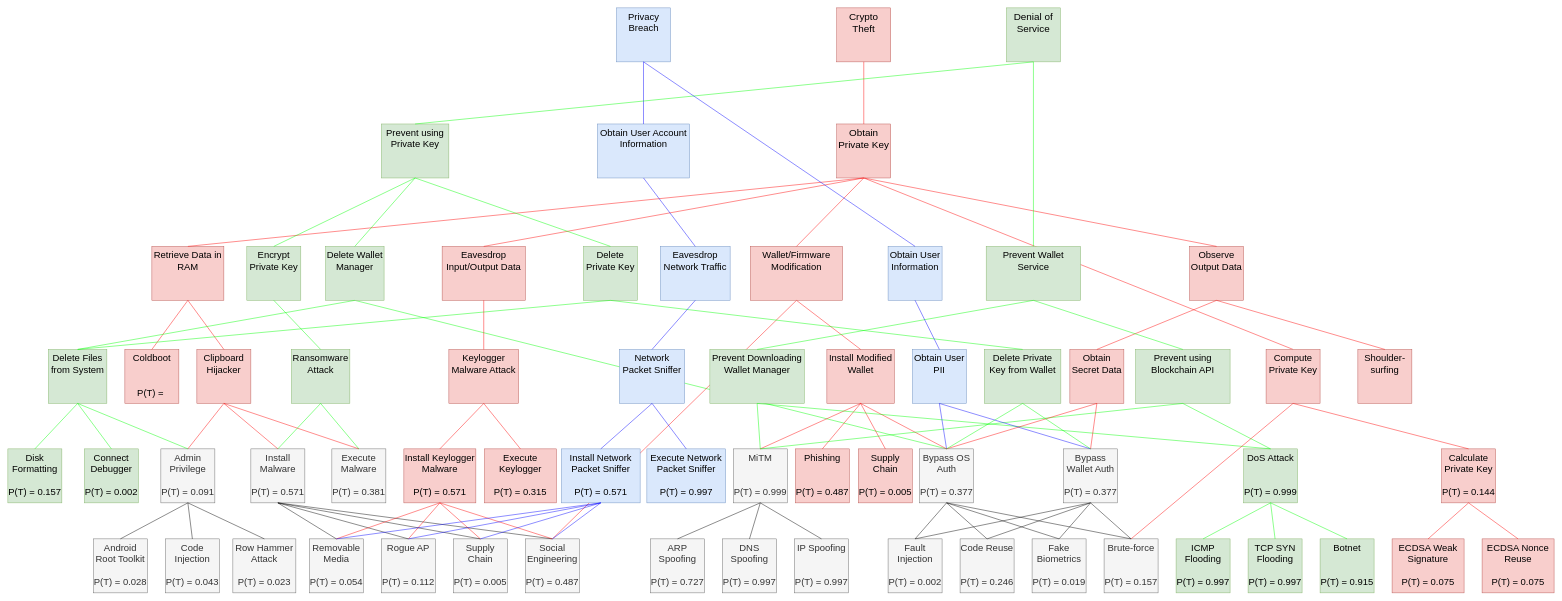
xujiahuayz/crypto-wallets keeps this draw.io diagram as page "fault-tree-analysis" (17 of 17) of assets/crypto-wallets.drawio. Above is the earlier version. Source tidied: cells renumbered, new cells numbered last; positions are measured from the earlier drawing's top-left corner, leaving out a move shared by most shapes. Both pictures are drawn from the tidied source at 45%, with x=0, y=0 at pixel (8, 8).
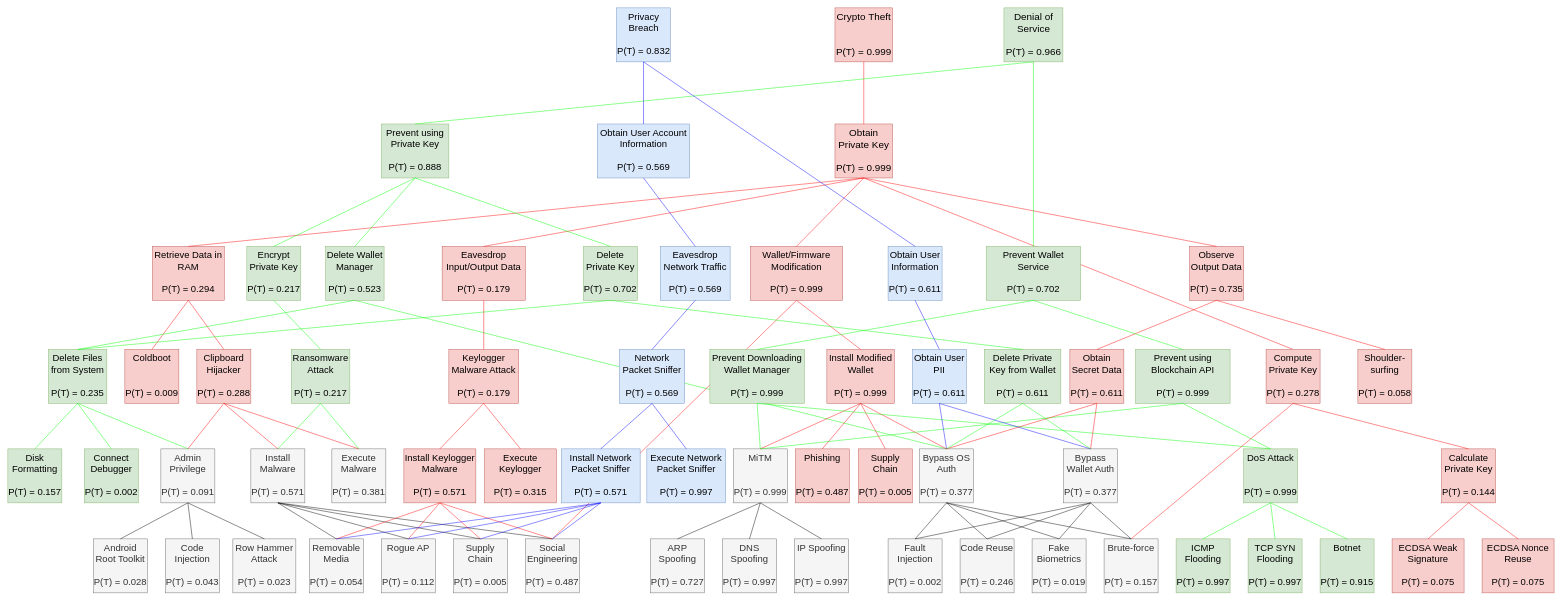
The same diagram, later.

Diff of the diagram source:
```diff
@@
-    <mxCell id="64" value="&lt;font style=&quot;font-size: 21px;&quot;&gt;Clipboard Hijacker&lt;/font&gt;" style="rounded=0;whiteSpace=wrap;html=1;fillColor=#f8cecc;strokeColor=#b85450;verticalAlign=top;" parent="1" vertex="1">
+    <mxCell id="64" value="&lt;font style=&quot;font-size: 21px;&quot;&gt;Clipboard Hijacker&lt;br&gt;&lt;br&gt;P(T) = 0.288&lt;br&gt;&lt;/font&gt;" style="rounded=0;whiteSpace=wrap;html=1;fillColor=#f8cecc;strokeColor=#b85450;verticalAlign=top;" parent="1" vertex="1">
       <mxGeometry x="420" y="759" width="120" height="120" as="geometry" />
     </mxCell>
-    <mxCell id="65" value="&lt;font style=&quot;font-size: 21px;&quot;&gt;Ransomware Attack&lt;/font&gt;" style="rounded=0;whiteSpace=wrap;html=1;fillColor=#d5e8d4;strokeColor=#82b366;verticalAlign=top;" parent="1" vertex="1">
+    <mxCell id="65" value="&lt;font style=&quot;font-size: 21px;&quot;&gt;Ransomware Attack&lt;br&gt;&lt;br&gt;P(T) = 0.217&lt;br&gt;&lt;/font&gt;" style="rounded=0;whiteSpace=wrap;html=1;fillColor=#d5e8d4;strokeColor=#82b366;verticalAlign=top;" parent="1" vertex="1">
       <mxGeometry x="630" y="759" width="130" height="120" as="geometry" />
     </mxCell>
@@
-    <mxCell id="67" value="&lt;font style=&quot;font-size: 21px;&quot;&gt;Keylogger Malware Attack&lt;/font&gt;" style="rounded=0;whiteSpace=wrap;html=1;fillColor=#f8cecc;strokeColor=#b85450;verticalAlign=top;" parent="1" vertex="1">
+    <mxCell id="67" value="&lt;font style=&quot;font-size: 21px;&quot;&gt;Keylogger Malware Attack&lt;br&gt;&lt;br&gt;P(T) = 0.179&lt;br&gt;&lt;/font&gt;" style="rounded=0;whiteSpace=wrap;html=1;fillColor=#f8cecc;strokeColor=#b85450;verticalAlign=top;" parent="1" vertex="1">
       <mxGeometry x="980" y="759" width="155" height="120" as="geometry" />
     </mxCell>
@@
-    <mxCell id="76" value="&lt;font style=&quot;font-size: 21px;&quot;&gt;Network Packet Sniffer&lt;/font&gt;" style="rounded=0;whiteSpace=wrap;html=1;fillColor=#dae8fc;strokeColor=#6c8ebf;verticalAlign=top;" parent="1" vertex="1">
+    <mxCell id="76" value="&lt;font style=&quot;font-size: 21px;&quot;&gt;Network Packet Sniffer&lt;br&gt;&lt;br&gt;P(T) = 0.569&lt;br&gt;&lt;/font&gt;" style="rounded=0;whiteSpace=wrap;html=1;fillColor=#dae8fc;strokeColor=#6c8ebf;verticalAlign=top;" parent="1" vertex="1">
       <mxGeometry x="1359" y="759" width="145" height="120" as="geometry" />
     </mxCell>
@@
-    <mxCell id="82" value="&lt;font style=&quot;font-size: 21px;&quot;&gt;Install Modified Wallet&lt;/font&gt;" style="rounded=0;whiteSpace=wrap;html=1;fillColor=#f8cecc;strokeColor=#b85450;verticalAlign=top;" parent="1" vertex="1">
+    <mxCell id="82" value="&lt;font style=&quot;font-size: 21px;&quot;&gt;Install Modified Wallet&lt;br&gt;&lt;br&gt;P(T) = 0.999&lt;br&gt;&lt;/font&gt;" style="rounded=0;whiteSpace=wrap;html=1;fillColor=#f8cecc;strokeColor=#b85450;verticalAlign=top;" parent="1" vertex="1">
       <mxGeometry x="1820" y="759" width="150" height="120" as="geometry" />
     </mxCell>
@@
-    <mxCell id="87" value="&lt;font style=&quot;font-size: 21px;&quot;&gt;Prevent Downloading Wallet Manager&lt;/font&gt;" style="rounded=0;whiteSpace=wrap;html=1;fillColor=#d5e8d4;strokeColor=#82b366;verticalAlign=top;" parent="1" vertex="1">
+    <mxCell id="87" value="&lt;font style=&quot;font-size: 21px;&quot;&gt;Prevent Downloading Wallet Manager&lt;br&gt;&lt;br&gt;P(T) = 0.999&lt;br&gt;&lt;/font&gt;" style="rounded=0;whiteSpace=wrap;html=1;fillColor=#d5e8d4;strokeColor=#82b366;verticalAlign=top;" parent="1" vertex="1">
       <mxGeometry x="1560" y="759" width="210" height="120" as="geometry" />
     </mxCell>
-    <mxCell id="88" value="&lt;font style=&quot;font-size: 21px;&quot;&gt;Prevent using Blockchain API&lt;/font&gt;" style="rounded=0;whiteSpace=wrap;html=1;fillColor=#d5e8d4;strokeColor=#82b366;verticalAlign=top;" parent="1" vertex="1">
+    <mxCell id="88" value="&lt;font style=&quot;font-size: 21px;&quot;&gt;Prevent using Blockchain API&lt;br&gt;&lt;br&gt;P(T) = 0.999&lt;br&gt;&lt;/font&gt;" style="rounded=0;whiteSpace=wrap;html=1;fillColor=#d5e8d4;strokeColor=#82b366;verticalAlign=top;" parent="1" vertex="1">
       <mxGeometry x="2506" y="759" width="210" height="120" as="geometry" />
     </mxCell>
-    <mxCell id="89" value="&lt;font style=&quot;font-size: 21px;&quot;&gt;Obtain Secret Data&lt;/font&gt;" style="rounded=0;whiteSpace=wrap;html=1;fillColor=#f8cecc;strokeColor=#b85450;verticalAlign=top;" parent="1" vertex="1">
+    <mxCell id="89" value="&lt;font style=&quot;font-size: 21px;&quot;&gt;Obtain Secret Data&lt;br&gt;&lt;br&gt;P(T) = 0.611&lt;br&gt;&lt;/font&gt;" style="rounded=0;whiteSpace=wrap;html=1;fillColor=#f8cecc;strokeColor=#b85450;verticalAlign=top;" parent="1" vertex="1">
       <mxGeometry x="2360" y="759" width="120" height="120" as="geometry" />
     </mxCell>
@@
-    <mxCell id="94" value="&lt;font style=&quot;font-size: 21px;&quot;&gt;Obtain User PII&lt;/font&gt;" style="rounded=0;whiteSpace=wrap;html=1;fillColor=#dae8fc;strokeColor=#6c8ebf;verticalAlign=top;" parent="1" vertex="1">
+    <mxCell id="94" value="&lt;font style=&quot;font-size: 21px;&quot;&gt;Obtain User PII&lt;br&gt;&lt;br&gt;P(T) = 0.611&lt;br&gt;&lt;/font&gt;" style="rounded=0;whiteSpace=wrap;html=1;fillColor=#dae8fc;strokeColor=#6c8ebf;verticalAlign=top;" parent="1" vertex="1">
       <mxGeometry x="2010" y="759" width="120" height="120" as="geometry" />
     </mxCell>
@@
-    <mxCell id="99" value="&lt;font style=&quot;font-size: 21px;&quot;&gt;Delete Private Key from Wallet&lt;/font&gt;" style="rounded=0;whiteSpace=wrap;html=1;fillColor=#d5e8d4;strokeColor=#82b366;verticalAlign=top;" parent="1" vertex="1">
+    <mxCell id="99" value="&lt;font style=&quot;font-size: 21px;&quot;&gt;Delete Private Key from Wallet&lt;br&gt;&lt;br&gt;P(T) = 0.611&lt;br&gt;&lt;/font&gt;" style="rounded=0;whiteSpace=wrap;html=1;fillColor=#d5e8d4;strokeColor=#82b366;verticalAlign=top;" parent="1" vertex="1">
       <mxGeometry x="2170" y="759" width="170" height="120" as="geometry" />
     </mxCell>
@@
-    <mxCell id="102" value="&lt;font style=&quot;font-size: 21px;&quot;&gt;Compute Private Key&lt;/font&gt;" style="rounded=0;whiteSpace=wrap;html=1;fillColor=#f8cecc;strokeColor=#b85450;verticalAlign=top;" parent="1" vertex="1">
+    <mxCell id="102" value="&lt;font style=&quot;font-size: 21px;&quot;&gt;Compute Private Key&lt;br&gt;&lt;br&gt;P(T) = 0.278&lt;br&gt;&lt;/font&gt;" style="rounded=0;whiteSpace=wrap;html=1;fillColor=#f8cecc;strokeColor=#b85450;verticalAlign=top;" parent="1" vertex="1">
       <mxGeometry x="2796" y="759" width="120" height="120" as="geometry" />
     </mxCell>
@@
-    <mxCell id="105" value="&lt;font style=&quot;font-size: 21px;&quot;&gt;Delete Files from System&lt;/font&gt;" style="rounded=0;whiteSpace=wrap;html=1;fillColor=#d5e8d4;strokeColor=#82b366;verticalAlign=top;" parent="1" vertex="1">
+    <mxCell id="105" value="&lt;font style=&quot;font-size: 21px;&quot;&gt;Delete Files from System&lt;br&gt;&lt;br&gt;P(T) = 0.235&lt;br&gt;&lt;/font&gt;" style="rounded=0;whiteSpace=wrap;html=1;fillColor=#d5e8d4;strokeColor=#82b366;verticalAlign=top;" parent="1" vertex="1">
       <mxGeometry x="90" y="759" width="130" height="120" as="geometry" />
     </mxCell>
@@
-    <mxCell id="107" value="&lt;font style=&quot;font-size: 21px;&quot;&gt;Coldboot&lt;br&gt;&lt;br&gt;&lt;br&gt;P(T) =&amp;nbsp;&lt;br&gt;&lt;/font&gt;" style="rounded=0;whiteSpace=wrap;html=1;fillColor=#f8cecc;strokeColor=#b85450;verticalAlign=top;" parent="1" vertex="1">
+    <mxCell id="107" value="&lt;font style=&quot;font-size: 21px;&quot;&gt;Coldboot&lt;br&gt;&lt;br&gt;&lt;br&gt;P(T) = 0.009&lt;br&gt;&lt;/font&gt;" style="rounded=0;whiteSpace=wrap;html=1;fillColor=#f8cecc;strokeColor=#b85450;verticalAlign=top;" parent="1" vertex="1">
       <mxGeometry x="260" y="759" width="120" height="120" as="geometry" />
     </mxCell>
@@
-    <mxCell id="112" value="&lt;font style=&quot;font-size: 21px;&quot;&gt;Shoulder-surfing&lt;/font&gt;" style="rounded=0;whiteSpace=wrap;html=1;fillColor=#f8cecc;strokeColor=#b85450;verticalAlign=top;" parent="1" vertex="1">
+    <mxCell id="112" value="&lt;font style=&quot;font-size: 21px;&quot;&gt;Shoulder-surfing&lt;br&gt;&lt;br&gt;P(T) = 0.058&lt;br&gt;&lt;/font&gt;" style="rounded=0;whiteSpace=wrap;html=1;fillColor=#f8cecc;strokeColor=#b85450;verticalAlign=top;" parent="1" vertex="1">
       <mxGeometry x="3000" y="759" width="120" height="120" as="geometry" />
     </mxCell>
-    <mxCell id="113" value="&lt;font style=&quot;font-size: 21px;&quot;&gt;Retrieve Data in RAM&lt;/font&gt;" style="rounded=0;whiteSpace=wrap;html=1;fillColor=#f8cecc;strokeColor=#b85450;verticalAlign=top;" parent="1" vertex="1">
-      <mxGeometry x="320" y="530" width="160" height="120" as="geometry" />
+    <mxCell id="113" value="&lt;font style=&quot;font-size: 21px;&quot;&gt;Retrieve Data in RAM&lt;br&gt;&lt;br&gt;P(T) = 0.294&lt;br&gt;&lt;/font&gt;" style="rounded=0;whiteSpace=wrap;html=1;fillColor=#f8cecc;strokeColor=#b85450;verticalAlign=top;" parent="1" vertex="1">
+      <mxGeometry x="321" y="530" width="160" height="120" as="geometry" />
     </mxCell>
@@
-    <mxCell id="116" value="&lt;font style=&quot;font-size: 21px;&quot;&gt;Wallet/Firmware Modification&lt;/font&gt;" style="rounded=0;whiteSpace=wrap;html=1;fillColor=#f8cecc;strokeColor=#b85450;verticalAlign=top;" parent="1" vertex="1">
+    <mxCell id="116" value="&lt;font style=&quot;font-size: 21px;&quot;&gt;Wallet/Firmware Modification&lt;br&gt;&lt;br&gt;P(T) = 0.999&lt;br&gt;&lt;/font&gt;" style="rounded=0;whiteSpace=wrap;html=1;fillColor=#f8cecc;strokeColor=#b85450;verticalAlign=top;" parent="1" vertex="1">
       <mxGeometry x="1650" y="530" width="205" height="120" as="geometry" />
     </mxCell>
@@
-    <mxCell id="118" value="&lt;font style=&quot;font-size: 21px;&quot;&gt;Observe Output Data&lt;/font&gt;" style="rounded=0;whiteSpace=wrap;html=1;fillColor=#f8cecc;strokeColor=#b85450;verticalAlign=top;" parent="1" vertex="1">
+    <mxCell id="118" value="&lt;font style=&quot;font-size: 21px;&quot;&gt;Observe Output Data&lt;br&gt;&lt;br&gt;P(T) = 0.735&lt;br&gt;&lt;/font&gt;" style="rounded=0;whiteSpace=wrap;html=1;fillColor=#f8cecc;strokeColor=#b85450;verticalAlign=top;" parent="1" vertex="1">
       <mxGeometry x="2626" y="530" width="120" height="120" as="geometry" />
     </mxCell>
@@
-    <mxCell id="121" value="&lt;font style=&quot;font-size: 21px;&quot;&gt;Encrypt Private Key&lt;/font&gt;" style="rounded=0;whiteSpace=wrap;html=1;fillColor=#d5e8d4;strokeColor=#82b366;verticalAlign=top;" parent="1" vertex="1">
+    <mxCell id="121" value="&lt;font style=&quot;font-size: 21px;&quot;&gt;Encrypt Private Key&lt;br&gt;&lt;br&gt;P(T) = 0.217&lt;br&gt;&lt;/font&gt;" style="rounded=0;whiteSpace=wrap;html=1;fillColor=#d5e8d4;strokeColor=#82b366;verticalAlign=top;" parent="1" vertex="1">
       <mxGeometry x="531" y="530" width="120" height="120" as="geometry" />
     </mxCell>
@@
-    <mxCell id="123" value="&lt;font style=&quot;font-size: 21px;&quot;&gt;Delete Wallet Manager&lt;/font&gt;" style="rounded=0;whiteSpace=wrap;html=1;fillColor=#d5e8d4;strokeColor=#82b366;verticalAlign=top;" parent="1" vertex="1">
+    <mxCell id="123" value="&lt;font style=&quot;font-size: 21px;&quot;&gt;Delete Wallet Manager&lt;br&gt;&lt;br&gt;P(T) = 0.523&lt;br&gt;&lt;/font&gt;" style="rounded=0;whiteSpace=wrap;html=1;fillColor=#d5e8d4;strokeColor=#82b366;verticalAlign=top;" parent="1" vertex="1">
       <mxGeometry x="706" y="530" width="130" height="120" as="geometry" />
     </mxCell>
@@
-    <mxCell id="125" value="&lt;font style=&quot;font-size: 21px;&quot;&gt;Delete Private Key&lt;/font&gt;" style="rounded=0;whiteSpace=wrap;html=1;fillColor=#d5e8d4;strokeColor=#82b366;verticalAlign=top;" parent="1" vertex="1">
+    <mxCell id="125" value="&lt;font style=&quot;font-size: 21px;&quot;&gt;Delete Private Key&lt;br&gt;&lt;br&gt;P(T) = 0.702&lt;br&gt;&lt;/font&gt;" style="rounded=0;whiteSpace=wrap;html=1;fillColor=#d5e8d4;strokeColor=#82b366;verticalAlign=top;" parent="1" vertex="1">
       <mxGeometry x="1279" y="530" width="120" height="120" as="geometry" />
     </mxCell>
@@
-    <mxCell id="128" value="&lt;font style=&quot;font-size: 21px;&quot;&gt;Prevent Wallet Service&lt;/font&gt;" style="rounded=0;whiteSpace=wrap;html=1;fillColor=#d5e8d4;strokeColor=#82b366;verticalAlign=top;" parent="1" vertex="1">
+    <mxCell id="128" value="&lt;font style=&quot;font-size: 21px;&quot;&gt;Prevent Wallet Service&lt;br&gt;&lt;br&gt;P(T) = 0.702&lt;br&gt;&lt;/font&gt;" style="rounded=0;whiteSpace=wrap;html=1;fillColor=#d5e8d4;strokeColor=#82b366;verticalAlign=top;" parent="1" vertex="1">
       <mxGeometry x="2174" y="530" width="210" height="120" as="geometry" />
     </mxCell>
@@
-    <mxCell id="131" value="&lt;font style=&quot;font-size: 21px;&quot;&gt;Eavesdrop Input/Output Data&lt;/font&gt;" style="rounded=0;whiteSpace=wrap;html=1;fillColor=#f8cecc;strokeColor=#b85450;verticalAlign=top;" parent="1" vertex="1">
+    <mxCell id="131" value="&lt;font style=&quot;font-size: 21px;&quot;&gt;Eavesdrop Input/Output Data&lt;br&gt;&lt;br&gt;P(T) = 0.179&lt;br&gt;&lt;/font&gt;" style="rounded=0;whiteSpace=wrap;html=1;fillColor=#f8cecc;strokeColor=#b85450;verticalAlign=top;" parent="1" vertex="1">
       <mxGeometry x="965" y="530" width="185" height="120" as="geometry" />
     </mxCell>
@@
-    <mxCell id="133" value="&lt;font style=&quot;font-size: 21px;&quot;&gt;Eavesdrop Network Traffic&lt;/font&gt;" style="rounded=0;whiteSpace=wrap;html=1;fillColor=#dae8fc;strokeColor=#6c8ebf;verticalAlign=top;" parent="1" vertex="1">
+    <mxCell id="133" value="&lt;font style=&quot;font-size: 21px;&quot;&gt;Eavesdrop Network Traffic&lt;br&gt;&lt;br&gt;P(T) = 0.569&lt;br&gt;&lt;/font&gt;" style="rounded=0;whiteSpace=wrap;html=1;fillColor=#dae8fc;strokeColor=#6c8ebf;verticalAlign=top;" parent="1" vertex="1">
       <mxGeometry x="1450" y="530" width="155" height="120" as="geometry" />
     </mxCell>
@@
-    <mxCell id="135" value="&lt;font style=&quot;font-size: 21px;&quot;&gt;Obtain User Information&lt;/font&gt;" style="rounded=0;whiteSpace=wrap;html=1;fillColor=#dae8fc;strokeColor=#6c8ebf;verticalAlign=top;" parent="1" vertex="1">
+    <mxCell id="135" value="&lt;font style=&quot;font-size: 21px;&quot;&gt;Obtain User Information&lt;br&gt;&lt;br&gt;P(T) = 0.611&lt;br&gt;&lt;/font&gt;" style="rounded=0;whiteSpace=wrap;html=1;fillColor=#dae8fc;strokeColor=#6c8ebf;verticalAlign=top;" parent="1" vertex="1">
       <mxGeometry x="1956" y="530" width="120" height="120" as="geometry" />
     </mxCell>
@@
-    <mxCell id="137" value="&lt;font style=&quot;font-size: 22px;&quot;&gt;Obtain Private Key&lt;/font&gt;" style="rounded=0;whiteSpace=wrap;html=1;fillColor=#f8cecc;strokeColor=#b85450;verticalAlign=top;" parent="1" vertex="1">
-      <mxGeometry x="1842" y="258" width="120" height="120" as="geometry" />
+    <mxCell id="137" value="&lt;font style=&quot;font-size: 22px;&quot;&gt;Obtain Private Key&lt;br&gt;&lt;br&gt;P(T) = 0.999&lt;br&gt;&lt;/font&gt;" style="rounded=0;whiteSpace=wrap;html=1;fillColor=#f8cecc;strokeColor=#b85450;verticalAlign=top;" parent="1" vertex="1">
+      <mxGeometry x="1838" y="258" width="128" height="120" as="geometry" />
     </mxCell>
-    <mxCell id="138" value="&lt;font style=&quot;font-size: 21px;&quot;&gt;Prevent using Private Key&lt;/font&gt;" style="rounded=0;whiteSpace=wrap;html=1;fillColor=#d5e8d4;strokeColor=#82b366;verticalAlign=top;" parent="1" vertex="1">
+    <mxCell id="138" value="&lt;font style=&quot;font-size: 21px;&quot;&gt;Prevent using Private Key&lt;br&gt;&lt;br&gt;P(T) = 0.888&lt;br&gt;&lt;/font&gt;" style="rounded=0;whiteSpace=wrap;html=1;fillColor=#d5e8d4;strokeColor=#82b366;verticalAlign=top;" parent="1" vertex="1">
       <mxGeometry x="830" y="258" width="150" height="120" as="geometry" />
     </mxCell>
-    <mxCell id="139" value="&lt;font style=&quot;font-size: 21px;&quot;&gt;Obtain User Account Information&lt;/font&gt;" style="rounded=0;whiteSpace=wrap;html=1;fillColor=#dae8fc;strokeColor=#6c8ebf;verticalAlign=top;" parent="1" vertex="1">
+    <mxCell id="139" value="&lt;font style=&quot;font-size: 21px;&quot;&gt;Obtain User Account Information&lt;br&gt;&lt;br&gt;P(T) = 0.569&lt;br&gt;&lt;/font&gt;" style="rounded=0;whiteSpace=wrap;html=1;fillColor=#dae8fc;strokeColor=#6c8ebf;verticalAlign=top;" parent="1" vertex="1">
       <mxGeometry x="1310" y="258" width="205" height="120" as="geometry" />
     </mxCell>
@@
-    <mxCell id="148" value="&lt;font style=&quot;font-size: 22px;&quot;&gt;Crypto Theft&lt;/font&gt;" style="rounded=0;whiteSpace=wrap;html=1;fillColor=#f8cecc;strokeColor=#b85450;verticalAlign=top;" parent="1" vertex="1">
-      <mxGeometry x="1842" width="120" height="120" as="geometry" />
+    <mxCell id="148" value="&lt;font style=&quot;font-size: 22px;&quot;&gt;Crypto Theft&lt;br&gt;&lt;br&gt;&lt;br&gt;P(T) = 0.999&lt;br&gt;&lt;/font&gt;" style="rounded=0;whiteSpace=wrap;html=1;fillColor=#f8cecc;strokeColor=#b85450;verticalAlign=top;" parent="1" vertex="1">
+      <mxGeometry x="1838" width="128" height="120" as="geometry" />
     </mxCell>
-    <mxCell id="149" value="&lt;font style=&quot;font-size: 22px;&quot;&gt;Denial of Service&lt;/font&gt;" style="rounded=0;whiteSpace=wrap;html=1;fillColor=#d5e8d4;strokeColor=#82b366;verticalAlign=top;" parent="1" vertex="1">
-      <mxGeometry x="2219" width="120" height="120" as="geometry" />
+    <mxCell id="149" value="&lt;font style=&quot;font-size: 22px;&quot;&gt;Denial of Service&lt;br&gt;&lt;br&gt;P(T) = 0.966&lt;br&gt;&lt;/font&gt;" style="rounded=0;whiteSpace=wrap;html=1;fillColor=#d5e8d4;strokeColor=#82b366;verticalAlign=top;" parent="1" vertex="1">
+      <mxGeometry x="2213.5" width="131" height="120" as="geometry" />
     </mxCell>
-    <mxCell id="150" value="&lt;font style=&quot;font-size: 21px;&quot;&gt;Privacy Breach&lt;/font&gt;" style="rounded=0;whiteSpace=wrap;html=1;fillColor=#dae8fc;strokeColor=#6c8ebf;verticalAlign=top;" parent="1" vertex="1">
+    <mxCell id="150" value="&lt;font style=&quot;font-size: 21px;&quot;&gt;Privacy Breach&lt;br&gt;&lt;br&gt;P(T) = 0.832&lt;br&gt;&lt;/font&gt;" style="rounded=0;whiteSpace=wrap;html=1;fillColor=#dae8fc;strokeColor=#6c8ebf;verticalAlign=top;" parent="1" vertex="1">
       <mxGeometry x="1352.5" width="120" height="120" as="geometry" />
     </mxCell>
```
